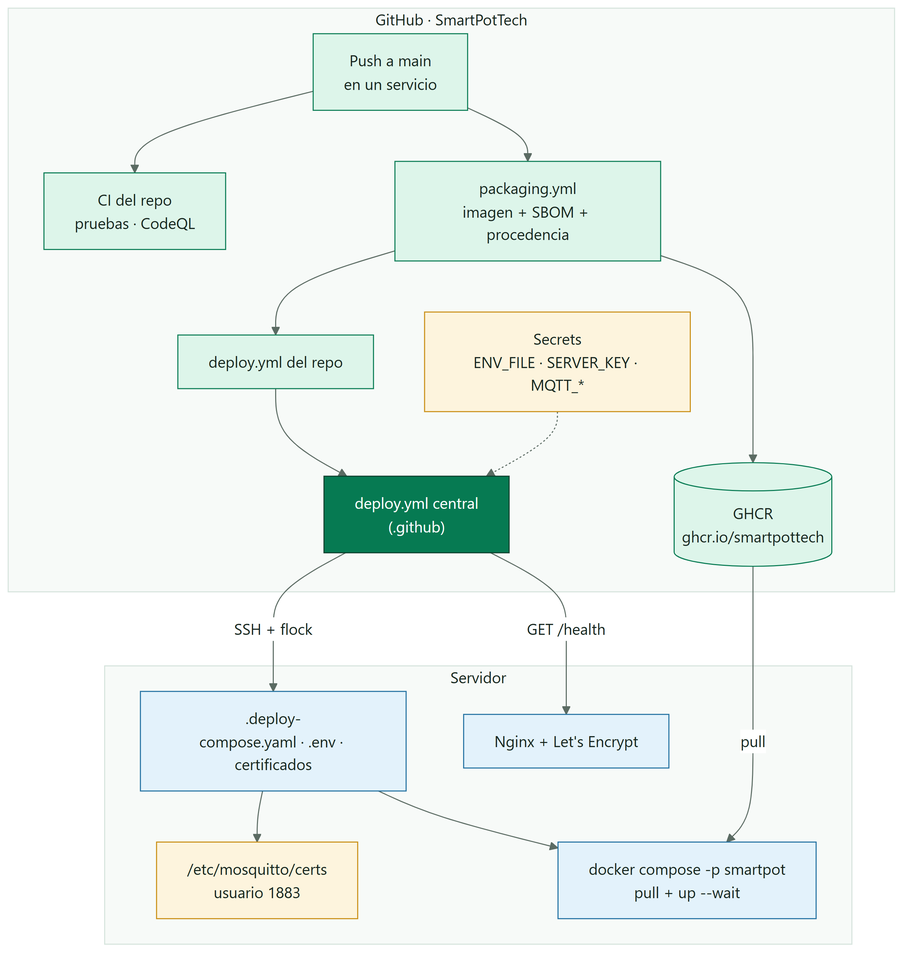
Earlier version of the Mermaid export docs/imagenes/diagramas/SmartPot_06_Despliegue.png (SmartPotTech/.github). Its source is kept beside it as docs/diagramas/SmartPot_06_Despliegue.mmd. Its diagram source:
```mermaid
%%{init: {"theme": "base", "fontFamily": "Segoe UI, Arial, sans-serif", "themeVariables": {"fontFamily": "Segoe UI, Arial, sans-serif", "fontSize": "15px", "primaryColor": "#DDF5EA", "primaryTextColor": "#17261F", "primaryBorderColor": "#067A52", "secondaryColor": "#E3F2FB", "secondaryTextColor": "#17261F", "secondaryBorderColor": "#1F6FA0", "tertiaryColor": "#F2F7F4", "tertiaryTextColor": "#17261F", "tertiaryBorderColor": "#D5E3DC", "lineColor": "#5B6B63", "textColor": "#17261F", "mainBkg": "#DDF5EA", "nodeBorder": "#067A52", "clusterBkg": "#F7FAF8", "clusterBorder": "#D5E3DC", "edgeLabelBackground": "#FFFFFF", "actorBkg": "#067A52", "actorBorder": "#0B3D2B", "actorTextColor": "#FFFFFF", "actorLineColor": "#5B6B63", "signalColor": "#17261F", "signalTextColor": "#17261F", "labelBoxBkgColor": "#0B3D2B", "labelBoxBorderColor": "#0B3D2B", "labelTextColor": "#FFFFFF", "loopTextColor": "#0B3D2B", "noteBkgColor": "#FDF4DD", "noteBorderColor": "#C98D12", "noteTextColor": "#17261F", "activationBkgColor": "#DDF5EA", "activationBorderColor": "#067A52", "attributeBackgroundColorOdd": "#FFFFFF", "attributeBackgroundColorEven": "#F2F7F4"}}}%%
flowchart TB
  subgraph github["GitHub · SmartPotTech"]
    repo["Push a main<br/>en un servicio"] --> ci["CI del repo<br/>pruebas · CodeQL"]
    repo --> pkg["packaging.yml<br/>imagen + SBOM + procedencia"]
    pkg --> ghcr[("GHCR<br/>ghcr.io/smartpottech")]
    pkg --> dep["deploy.yml del repo"]
    dep --> central["deploy.yml central<br/>(.github)"]
    secrets["Secrets<br/>ENV_FILE · SERVER_KEY · MQTT_*"] -.-> central
  end
  subgraph servidor["Servidor"]
    stage[".deploy-<id><br/>compose.yaml · .env · certificados"]
    certs["/etc/mosquitto/certs<br/>usuario 1883"]
    compose["docker compose -p smartpot<br/>pull + up --wait"]
    nginx["Nginx + Let's Encrypt"]
  end
  central -->|"SSH + flock"| stage
  stage --> certs
  stage --> compose
  ghcr -->|"pull"| compose
  central -->|"GET /health"| nginx
  classDef gh fill:#DDF5EA,stroke:#067A52,color:#17261F
  classDef key fill:#FDF4DD,stroke:#C98D12,color:#17261F
  classDef srv fill:#E3F2FB,stroke:#1F6FA0,color:#17261F
  classDef core fill:#067A52,stroke:#0B3D2B,color:#FFFFFF
  class repo,ci,pkg,dep gh
  class central core
  class secrets,certs key
  class stage,compose,nginx srv
```
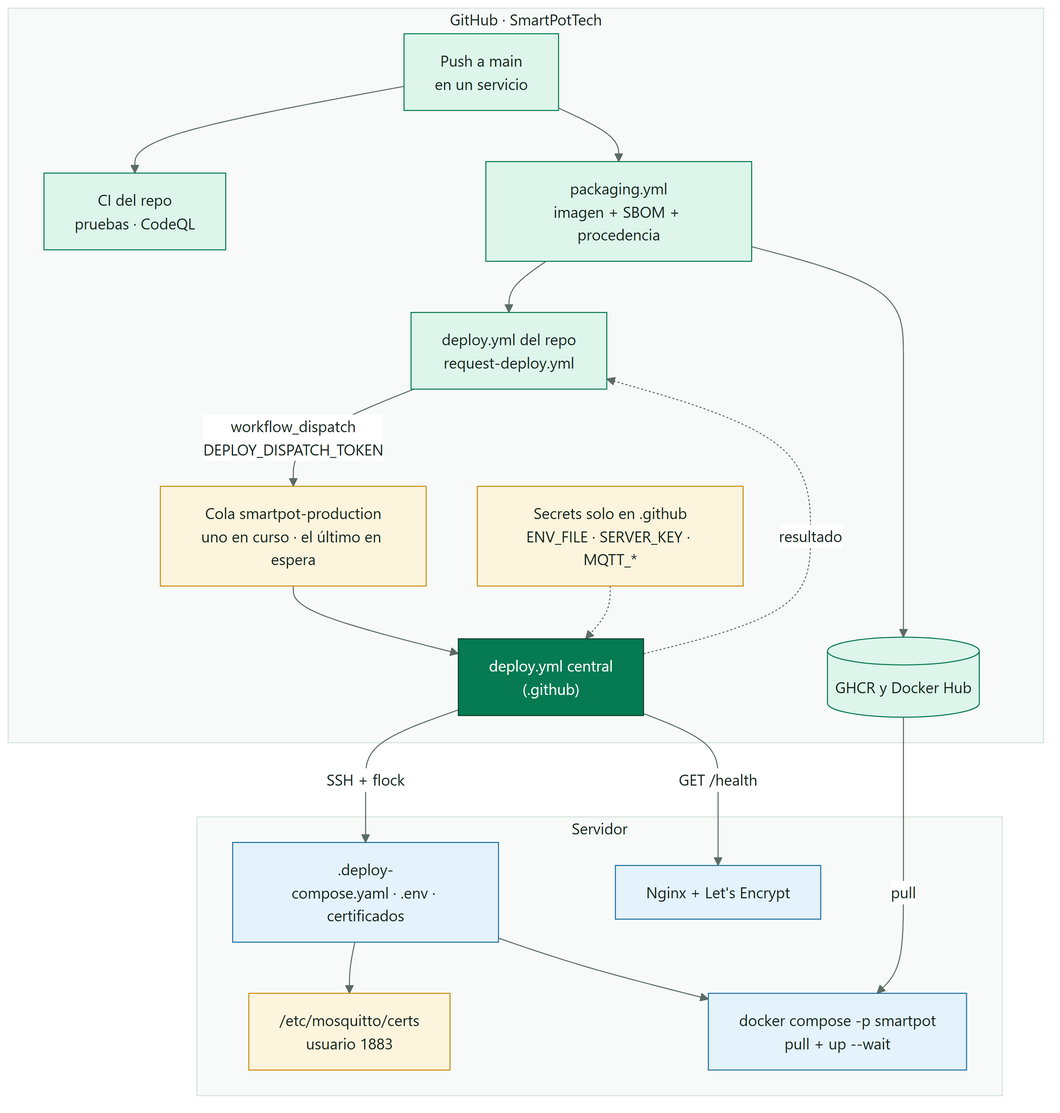
The same diagram one commit later.

Commit message:
Show the deployment queue in the deployment diagram

Diff of the diagram source:
```diff
@@ -3,10 +3,12 @@
   subgraph github["GitHub · SmartPotTech"]
     repo["Push a main<br/>en un servicio"] --> ci["CI del repo<br/>pruebas · CodeQL"]
     repo --> pkg["packaging.yml<br/>imagen + SBOM + procedencia"]
-    pkg --> ghcr[("GHCR<br/>ghcr.io/smartpottech")]
-    pkg --> dep["deploy.yml del repo"]
-    dep --> central["deploy.yml central<br/>(.github)"]
-    secrets["Secrets<br/>ENV_FILE · SERVER_KEY · MQTT_*"] -.-> central
+    pkg --> ghcr[("GHCR y Docker Hub")]
+    pkg --> dep["deploy.yml del repo<br/>request-deploy.yml"]
+    dep -->|"workflow_dispatch<br/>DEPLOY_DISPATCH_TOKEN"| queue["Cola smartpot-production<br/>uno en curso · el último en espera"]
+    queue --> central["deploy.yml central<br/>(.github)"]
+    central -.->|"resultado"| dep
+    secrets["Secrets solo en .github<br/>ENV_FILE · SERVER_KEY · MQTT_*"] -.-> central
   end
   subgraph servidor["Servidor"]
     stage[".deploy-<id><br/>compose.yaml · .env · certificados"]
@@ -25,5 +27,5 @@
   classDef core fill:#067A52,stroke:#0B3D2B,color:#FFFFFF
   class repo,ci,pkg,dep gh
   class central core
-  class secrets,certs key
+  class secrets,certs,queue key
   class stage,compose,nginx srv
```
